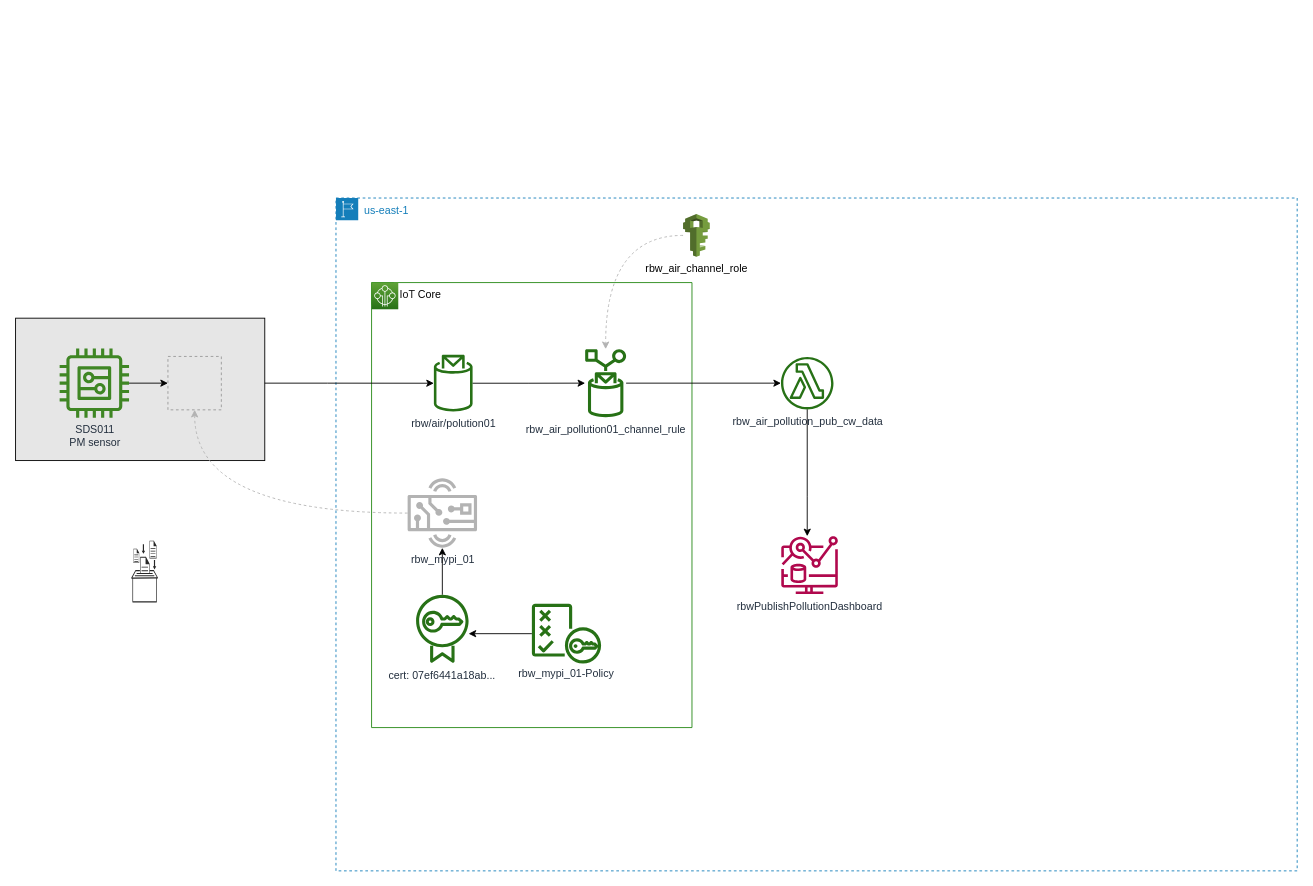
Above: page "air_quality(simple)" (9 of 9) of uiflow/iot-v0.4.drawio in richardbw/m5stack (draw.io), before the change. Source tidied: cells renumbered, new cells numbered last; positions are measured from the earlier drawing's top-left corner, leaving out a move shared by most shapes. Both pictures are drawn from the tidied source at 89%, with x=0, y=0 at pixel (15, 198). Pictures stored in the file or linked from it are replaced by grey dashed boxes.
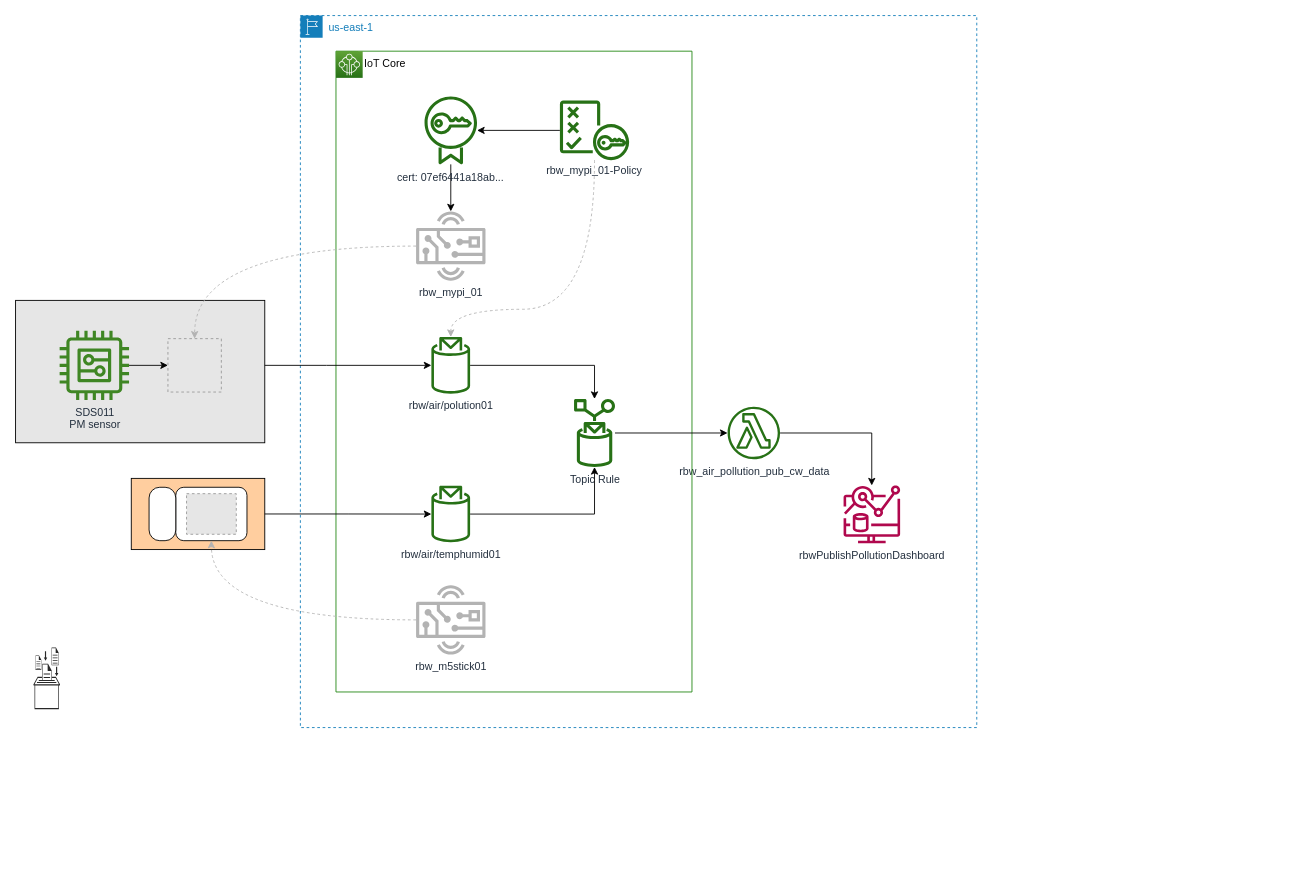
Above is the later version.

Unchanged cells that the change refers to:
```xml
<mxCell id="23" style="fillColor=#E6E6E6;strokeColor=#999999;dashed=1;html=1;verticalAlign=top;verticalLabelPosition=bottom;labelBackgroundColor=#ffffff;align=left;" parent="20" vertex="1">
  <mxGeometry x="171.2" y="43" width="60" height="60" as="geometry" />
</mxCell>
```

The edit, as a diff of the source:
```diff
@@
+    <mxCell id="3" value="us-east-1" style="gradientColor=none;html=1;whiteSpace=wrap;fontSize=12;fontStyle=0;shape=mxgraph.aws4.group;grIcon=mxgraph.aws4.group_region;strokeColor=#147EBA;fillColor=none;verticalAlign=top;align=left;spacingLeft=30;fontColor=#147EBA;dashed=1;" parent="1" vertex="1">
+      <mxGeometry x="320" y="-205" width="760" height="800" as="geometry" />
+    </mxCell>
+    <mxCell id="11" value="rbw_air_pollution_pub_cw_data" style="outlineConnect=0;fontColor=#232F3E;gradientColor=none;fillColor=#277116;strokeColor=none;dashed=0;verticalLabelPosition=bottom;verticalAlign=top;align=center;html=1;fontSize=12;fontStyle=0;shape=mxgraph.aws4.lambda_function;" parent="3" vertex="1">
+      <mxGeometry x="480" y="439.5" width="59" height="59" as="geometry" />
+    </mxCell>
+    <mxCell id="14" value="rbwPublishPollutionDashboard" style="sketch=0;outlineConnect=0;fontColor=#232F3E;gradientColor=none;fillColor=#B0084D;strokeColor=none;dashed=0;verticalLabelPosition=bottom;verticalAlign=top;align=center;html=1;fontSize=12;fontStyle=0;shape=mxgraph.aws4.cloudwatch_metrics_insights;" parent="3" vertex="1">
+      <mxGeometry x="610" y="528" width="64.2" height="65" as="geometry" />
+    </mxCell>
+    <mxCell id="15" style="edgeStyle=orthogonalEdgeStyle;rounded=0;jettySize=auto;html=1;" parent="3" edge="1" source="11" target="14">
+      <mxGeometry relative="1" as="geometry">
+        <Array as="points">
+          <mxPoint x="642" y="469" />
+        </Array>
+      </mxGeometry>
+    </mxCell>
-    <mxCell id="2" value="&lt;font color=&quot;#111111&quot;&gt;IoT &lt;/font&gt;&lt;font color=&quot;#000000&quot;&gt;Core&lt;/font&gt;" style="gradientColor=none;html=1;whiteSpace=wrap;fontSize=12;fontStyle=0;shape=mxgraph.aws4.group;grIcon=mxgraph.aws4.group_vpc;strokeColor=#248814;fillColor=none;verticalAlign=top;align=left;spacingLeft=30;fontColor=#AAB7B8;dashed=0;" parent="1" vertex="1">
-      <mxGeometry x="400" y="95" width="360" height="500" as="geometry" />
+    <mxCell id="2" value="&lt;font color=&quot;#111111&quot;&gt;IoT &lt;/font&gt;&lt;font color=&quot;#000000&quot;&gt;Core&lt;/font&gt;" style="gradientColor=none;html=1;whiteSpace=wrap;fontSize=12;fontStyle=0;shape=mxgraph.aws4.group;grIcon=mxgraph.aws4.group_vpc;strokeColor=#248814;fillColor=none;verticalAlign=top;align=left;spacingLeft=30;fontColor=#AAB7B8;dashed=0;" parent="3" vertex="1">
+      <mxGeometry x="40" y="40" width="400" height="720" as="geometry" />
     </mxCell>
-    <mxCell id="3" value="us-east-1" style="gradientColor=none;html=1;whiteSpace=wrap;fontSize=12;fontStyle=0;shape=mxgraph.aws4.group;grIcon=mxgraph.aws4.group_region;strokeColor=#147EBA;fillColor=none;verticalAlign=top;align=left;spacingLeft=30;fontColor=#147EBA;dashed=1;" parent="1" vertex="1">
-      <mxGeometry x="360" width="1080" height="756" as="geometry" />
-    </mxCell>
-    <mxCell id="4" style="edgeStyle=orthogonalEdgeStyle;rounded=0;jettySize=auto;html=1;" parent="3" edge="1" source="12" target="11">
-      <mxGeometry relative="1" as="geometry" />
-    </mxCell>
     <mxCell id="5" value="rbw_mypi_01" style="outlineConnect=0;fontColor=#232F3E;gradientColor=none;fillColor=#B3B3B3;strokeColor=none;dashed=0;verticalLabelPosition=bottom;verticalAlign=top;align=center;html=1;fontSize=12;fontStyle=0;shape=mxgraph.aws4.hardware_board;" parent="3" vertex="1">
-      <mxGeometry x="80.5" y="315" width="78" height="78" as="geometry" />
+      <mxGeometry x="130" y="220" width="78" height="78" as="geometry" />
     </mxCell>
     <mxCell id="6" value="rbw_mypi_01-Policy" style="outlineConnect=0;fontColor=#232F3E;gradientColor=none;fillColor=#277116;strokeColor=none;dashed=0;verticalLabelPosition=bottom;verticalAlign=top;align=center;fontSize=12;fontStyle=0;shape=mxgraph.aws4.policy;spacing=0;" parent="3" vertex="1">
-      <mxGeometry x="220" y="456" width="78" height="67" as="geometry" />
+      <mxGeometry x="291.5" y="95.5" width="78" height="67" as="geometry" />
     </mxCell>
@@
     <mxCell id="8" value="cert: 07ef6441a18ab..." style="outlineConnect=0;fontColor=#232F3E;gradientColor=none;fillColor=#277116;strokeColor=none;dashed=0;verticalLabelPosition=bottom;verticalAlign=top;align=center;fontSize=12;fontStyle=0;shape=mxgraph.aws4.certificate_manager;" parent="3" vertex="1">
-      <mxGeometry x="90" y="445" width="59" height="78" as="geometry" />
+      <mxGeometry x="139.5" y="90" width="59" height="78" as="geometry" />
     </mxCell>
     <mxCell id="9" style="edgeStyle=orthogonalEdgeStyle;rounded=0;jettySize=auto;html=1;" parent="3" edge="1" source="6" target="8">
       <mxGeometry relative="1" as="geometry">
         <Array as="points">
-          <mxPoint x="260" y="472" />
-          <mxPoint x="260" y="467" />
+          <mxPoint x="310" y="129" />
         </Array>
       </mxGeometry>
     </mxCell>
-    <mxCell id="10" value="rbw_air_channel_role" style="outlineConnect=0;dashed=0;verticalLabelPosition=bottom;verticalAlign=top;align=center;html=1;shape=mxgraph.aws3.iam;fillColor=#759C3E;gradientColor=none;" parent="3" vertex="1">
-      <mxGeometry x="390" y="18" width="30" height="48" as="geometry" />
-    </mxCell>
-    <mxCell id="11" value="rbw_air_pollution_pub_cw_data" style="outlineConnect=0;fontColor=#232F3E;gradientColor=none;fillColor=#277116;strokeColor=none;dashed=0;verticalLabelPosition=bottom;verticalAlign=top;align=center;html=1;fontSize=12;fontStyle=0;shape=mxgraph.aws4.lambda_function;" parent="3" vertex="1">
-      <mxGeometry x="500" y="178.5" width="59" height="59" as="geometry" />
-    </mxCell>
-    <mxCell id="12" value="rbw_air_pollution01_channel_rule" style="outlineConnect=0;fontColor=#232F3E;gradientColor=none;fillColor=#277116;strokeColor=none;dashed=0;verticalLabelPosition=bottom;verticalAlign=top;align=center;html=1;fontSize=12;fontStyle=0;shape=mxgraph.aws4.rule;" parent="3" vertex="1">
-      <mxGeometry x="280" y="169" width="46" height="78" as="geometry" />
-    </mxCell>
-    <mxCell id="13" style="edgeStyle=orthogonalEdgeStyle;curved=1;rounded=0;jettySize=auto;html=1;strokeColor=#B3B3B3;dashed=1;" parent="3" edge="1" source="10" target="12">
-      <mxGeometry relative="1" as="geometry" />
-    </mxCell>
-    <mxCell id="14" value="rbwPublishPollutionDashboard" style="sketch=0;outlineConnect=0;fontColor=#232F3E;gradientColor=none;fillColor=#B0084D;strokeColor=none;dashed=0;verticalLabelPosition=bottom;verticalAlign=top;align=center;html=1;fontSize=12;fontStyle=0;shape=mxgraph.aws4.cloudwatch_metrics_insights;" parent="3" vertex="1">
-      <mxGeometry x="500" y="380" width="64.2" height="65" as="geometry" />
-    </mxCell>
-    <mxCell id="15" style="edgeStyle=orthogonalEdgeStyle;rounded=0;jettySize=auto;html=1;" parent="3" edge="1" source="11" target="14">
-      <mxGeometry relative="1" as="geometry">
-        <Array as="points">
-          <mxPoint x="530" y="335" />
-          <mxPoint x="530" y="335" />
-        </Array>
-      </mxGeometry>
-    </mxCell>
-    <mxCell id="16" style="fontColor=#232F3E;gradientColor=#60A337;gradientDirection=north;fillColor=#277116;strokeColor=#ffffff;dashed=0;verticalLabelPosition=bottom;verticalAlign=top;align=center;html=1;fontSize=12;fontStyle=0;shape=mxgraph.aws4.resourceIcon;resIcon=mxgraph.aws4.internet_of_things;" parent="1" vertex="1">
-      <mxGeometry x="400" y="95" width="30" height="30" as="geometry" />
+    <mxCell id="16" style="fontColor=#232F3E;gradientColor=#60A337;gradientDirection=north;fillColor=#277116;strokeColor=#ffffff;dashed=0;verticalLabelPosition=bottom;verticalAlign=top;align=center;html=1;fontSize=12;fontStyle=0;shape=mxgraph.aws4.resourceIcon;resIcon=mxgraph.aws4.internet_of_things;" parent="3" vertex="1">
+      <mxGeometry x="40" y="40" width="30" height="30" as="geometry" />
     </mxCell>
+    <mxCell id="27" style="edgeStyle=orthogonalEdgeStyle;rounded=0;jettySize=auto;html=1;" parent="3" edge="1" source="28" target="11">
+      <mxGeometry relative="1" as="geometry" />
+    </mxCell>
+    <mxCell id="28" value="Topic Rule" style="outlineConnect=0;fontColor=#232F3E;gradientColor=none;fillColor=#277116;strokeColor=none;dashed=0;verticalLabelPosition=bottom;verticalAlign=top;align=center;html=1;fontSize=12;fontStyle=0;shape=mxgraph.aws4.rule;" parent="3" vertex="1">
+      <mxGeometry x="307.5" y="430" width="46" height="78" as="geometry" />
+    </mxCell>
+    <mxCell id="29" style="edgeStyle=orthogonalEdgeStyle;rounded=0;jettySize=auto;html=1;" parent="3" edge="1" source="17" target="28">
+      <mxGeometry relative="1" as="geometry" />
+    </mxCell>
-    <mxCell id="17" value="rbw/air/polution01" style="outlineConnect=0;fontColor=#232F3E;gradientColor=none;fillColor=#277116;strokeColor=none;dashed=0;verticalLabelPosition=bottom;verticalAlign=top;align=center;html=1;fontSize=12;fontStyle=0;shape=mxgraph.aws4.topic_2;" parent="1" vertex="1">
-      <mxGeometry x="470" y="176" width="43.5" height="64" as="geometry" />
+    <mxCell id="17" value="rbw/air/polution01" style="outlineConnect=0;fontColor=#232F3E;gradientColor=none;fillColor=#277116;strokeColor=none;dashed=0;verticalLabelPosition=bottom;verticalAlign=top;align=center;html=1;fontSize=12;fontStyle=0;shape=mxgraph.aws4.topic_2;" parent="3" vertex="1">
+      <mxGeometry x="147.2" y="361" width="43.5" height="64" as="geometry" />
     </mxCell>
-    <mxCell id="18" style="edgeStyle=orthogonalEdgeStyle;rounded=0;jettySize=auto;html=1;" parent="1" edge="1" source="17" target="12">
-      <mxGeometry x="434" y="4" as="geometry" />
-    </mxCell>
+    <mxCell id="30" value="rbw_m5stick01" style="outlineConnect=0;fontColor=#232F3E;gradientColor=none;fillColor=#B3B3B3;strokeColor=none;dashed=0;verticalLabelPosition=bottom;verticalAlign=top;align=center;html=1;fontSize=12;fontStyle=0;shape=mxgraph.aws4.hardware_board;" parent="3" vertex="1">
+      <mxGeometry x="130" y="640" width="78" height="78" as="geometry" />
+    </mxCell>
+    <mxCell id="31" style="edgeStyle=orthogonalEdgeStyle;curved=1;rounded=0;jettySize=auto;html=1;strokeColor=#B3B3B3;dashed=1;" parent="3" edge="1" source="6" target="17">
+      <mxGeometry relative="1" as="geometry">
+        <Array as="points">
+          <mxPoint x="330" y="330" />
+          <mxPoint x="169" y="330" />
+        </Array>
+      </mxGeometry>
+    </mxCell>
+    <mxCell id="32" value="rbw/air/temphumid01" style="outlineConnect=0;fontColor=#232F3E;gradientColor=none;fillColor=#277116;strokeColor=none;dashed=0;verticalLabelPosition=bottom;verticalAlign=top;align=center;html=1;fontSize=12;fontStyle=0;shape=mxgraph.aws4.topic_2;" parent="3" vertex="1">
+      <mxGeometry x="147.2" y="528" width="43.5" height="64" as="geometry" />
+    </mxCell>
+    <mxCell id="33" style="edgeStyle=orthogonalEdgeStyle;rounded=0;jettySize=auto;html=1;" parent="3" edge="1" source="32" target="28">
+      <mxGeometry relative="1" as="geometry" />
+    </mxCell>
@@
     <mxCell id="20" style="group;shadow=0;" parent="1" vertex="1">
-      <mxGeometry y="135" width="280" height="160" as="geometry" />
+      <mxGeometry y="115" width="280" height="160" as="geometry" />
     </mxCell>
@@
-    <mxCell id="25" style="edgeStyle=orthogonalEdgeStyle;curved=1;rounded=0;jettySize=auto;html=1;strokeColor=#B3B3B3;dashed=1;entryX=0.5;entryY=1;entryDx=0;entryDy=0;" parent="1" edge="1" source="5" target="23">
-      <mxGeometry relative="1" as="geometry" />
+    <mxCell id="25" style="edgeStyle=orthogonalEdgeStyle;curved=1;rounded=0;jettySize=auto;html=1;strokeColor=#B3B3B3;dashed=1;entryX=0.5;entryY=0;entryDx=0;entryDy=0;" parent="1" edge="1" source="5" target="23">
+      <mxGeometry relative="1" as="geometry">
+        <Array as="points">
+          <mxPoint x="201" y="54" />
+        </Array>
+      </mxGeometry>
     </mxCell>
     <mxCell id="26" style="verticalLabelPosition=bottom;sketch=0;html=1;fillColor=#282828;strokeColor=none;verticalAlign=top;align=center;shape=mxgraph.cisco_safe.security_icons.log_management;" parent="1" vertex="1">
-      <mxGeometry x="130" y="385" width="30" height="69.5" as="geometry" />
+      <mxGeometry x="20" y="505" width="30" height="69.5" as="geometry" />
     </mxCell>
+    <mxCell id="34" style="group;" parent="1" vertex="1">
+      <mxGeometry x="130" y="315" width="150" height="80" as="geometry" />
+    </mxCell>
+    <mxCell id="35" style="rounded=0;whiteSpace=wrap;html=1;fillColor=#FFCE9F;" parent="34" vertex="1">
+      <mxGeometry width="150" height="80" as="geometry" />
+    </mxCell>
+    <mxCell id="36" style="rounded=1;whiteSpace=wrap;html=1;" parent="34" vertex="1">
+      <mxGeometry x="50" y="10" width="80" height="60" as="geometry" />
+    </mxCell>
+    <mxCell id="37" style="fillColor=#E6E6E6;strokeColor=#999999;dashed=1;verticalLabelPosition=bottom;labelBackgroundColor=default;verticalAlign=top;" parent="34" vertex="1">
+      <mxGeometry x="62.1" y="17.2" width="55.9" height="45.6" as="geometry" />
+    </mxCell>
+    <mxCell id="38" style="rounded=1;whiteSpace=wrap;html=1;arcSize=40;" parent="34" vertex="1">
+      <mxGeometry x="20" y="10" width="30" height="60" as="geometry" />
+    </mxCell>
+    <mxCell id="39" style="edgeStyle=orthogonalEdgeStyle;rounded=0;jettySize=auto;html=1;" parent="1" edge="1" source="35" target="32">
+      <mxGeometry relative="1" as="geometry" />
+    </mxCell>
+    <mxCell id="40" style="edgeStyle=orthogonalEdgeStyle;curved=1;rounded=0;jettySize=auto;html=1;strokeColor=#B3B3B3;dashed=1;entryX=0.5;entryY=1;entryDx=0;entryDy=0;" parent="1" edge="1" source="30" target="36">
+      <mxGeometry relative="1" as="geometry">
+        <Array as="points">
+          <mxPoint x="220" y="474" />
+        </Array>
+      </mxGeometry>
+    </mxCell>
```
